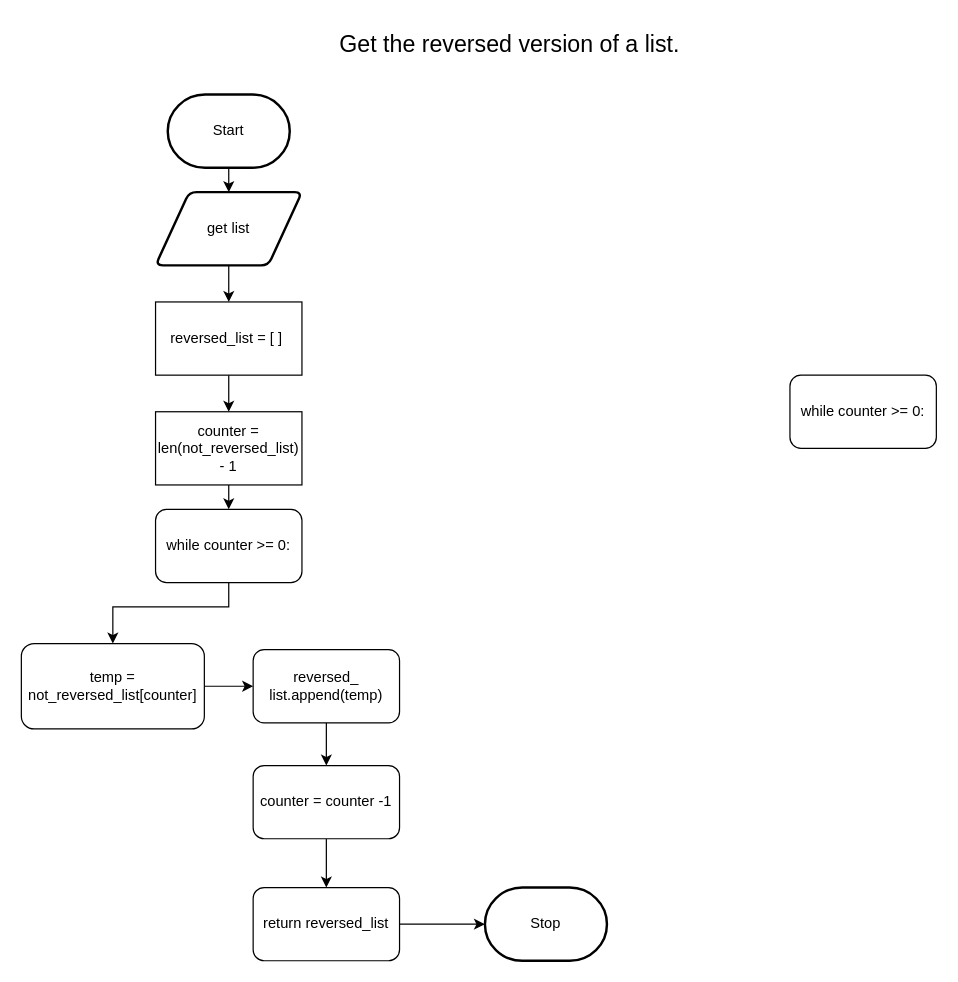
The draw.io diagram design/flowchart.drawio in Emmanuel-Fofeyin/ICS3U-assignment7-Python, before the edit. Source tidied: cells renumbered, new cells numbered last; positions are measured from the earlier drawing's top-left corner, leaving out a move shared by most shapes. Both pictures are drawn from the tidied source at 122%, with x=0, y=0 at pixel (21, 21).
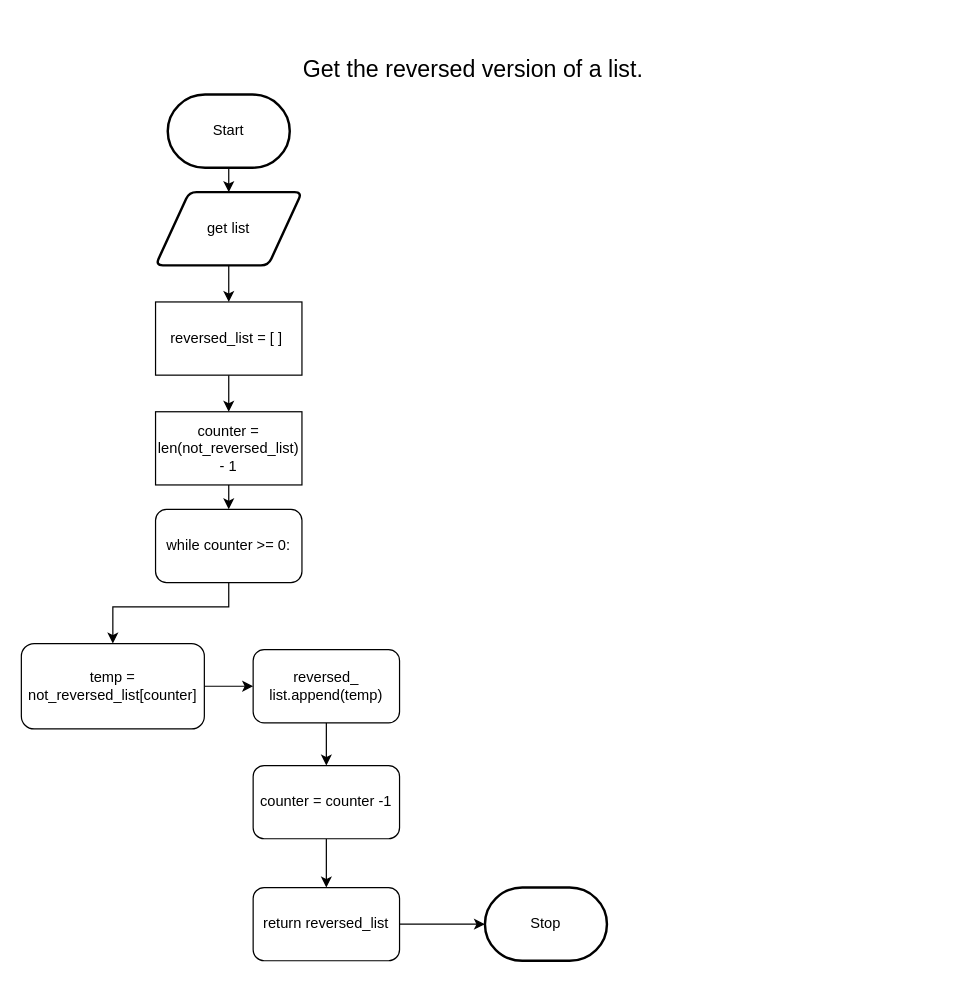
Above is the later version.

Change to the diagram source:
```diff
@@
     <mxCell id="5" value="&lt;span style=&quot;font-size: 19px;&quot;&gt;Get the reversed version of a list.&lt;/span&gt;" style="text;html=1;align=center;verticalAlign=middle;strokeColor=none;fillColor=none;" parent="1" vertex="1">
-      <mxGeometry x="250" width="300" height="40" as="geometry" />
+      <mxGeometry x="220" y="20" width="300" height="40" as="geometry" />
     </mxCell>
@@
-    <mxCell id="16" value="while counter &amp;gt;= 0:" style="rounded=1;whiteSpace=wrap;html=1;" parent="1" vertex="1">
-      <mxGeometry x="630" y="290" width="120" height="60" as="geometry" />
-    </mxCell>
```
